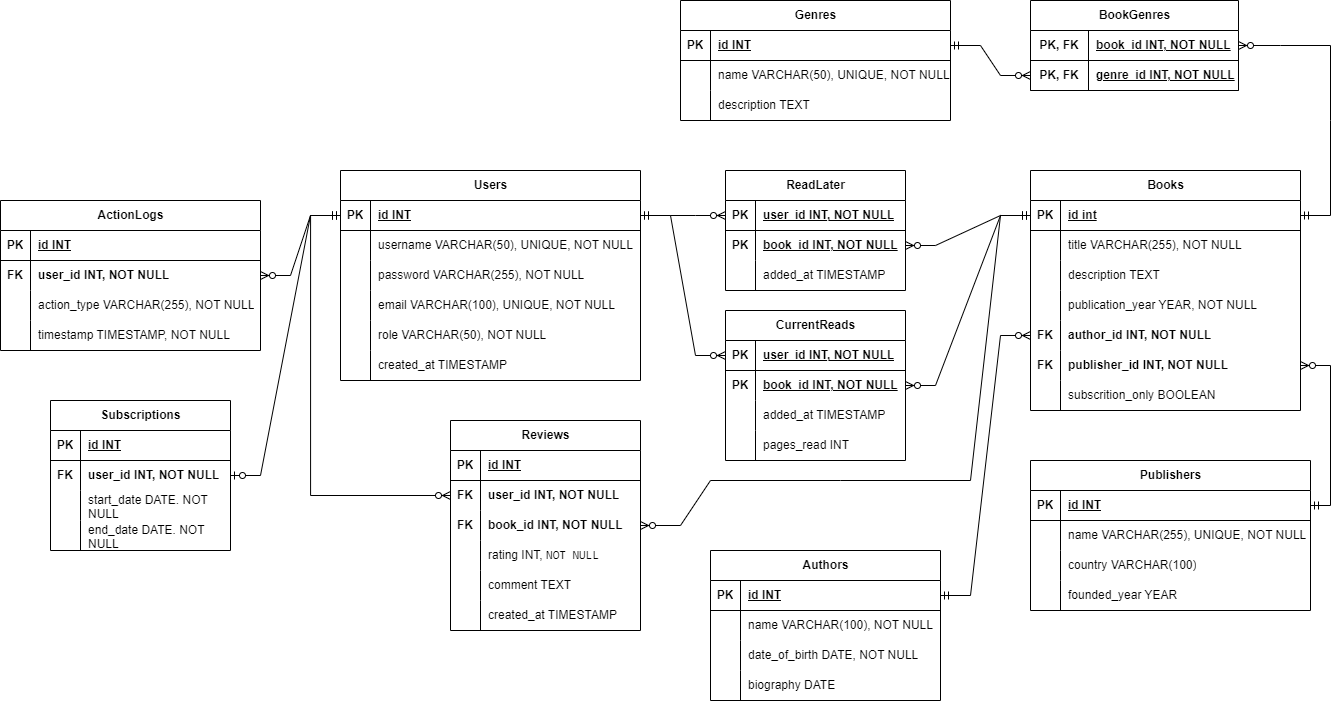
SLEM0/MDiSUBD keeps this draw.io diagram as MDiSUBD.png. Above is the earlier version. Source tidied: cells renumbered, new cells last; positions are measured from the earlier drawing's top-left corner, leaving out a move shared by most shapes.
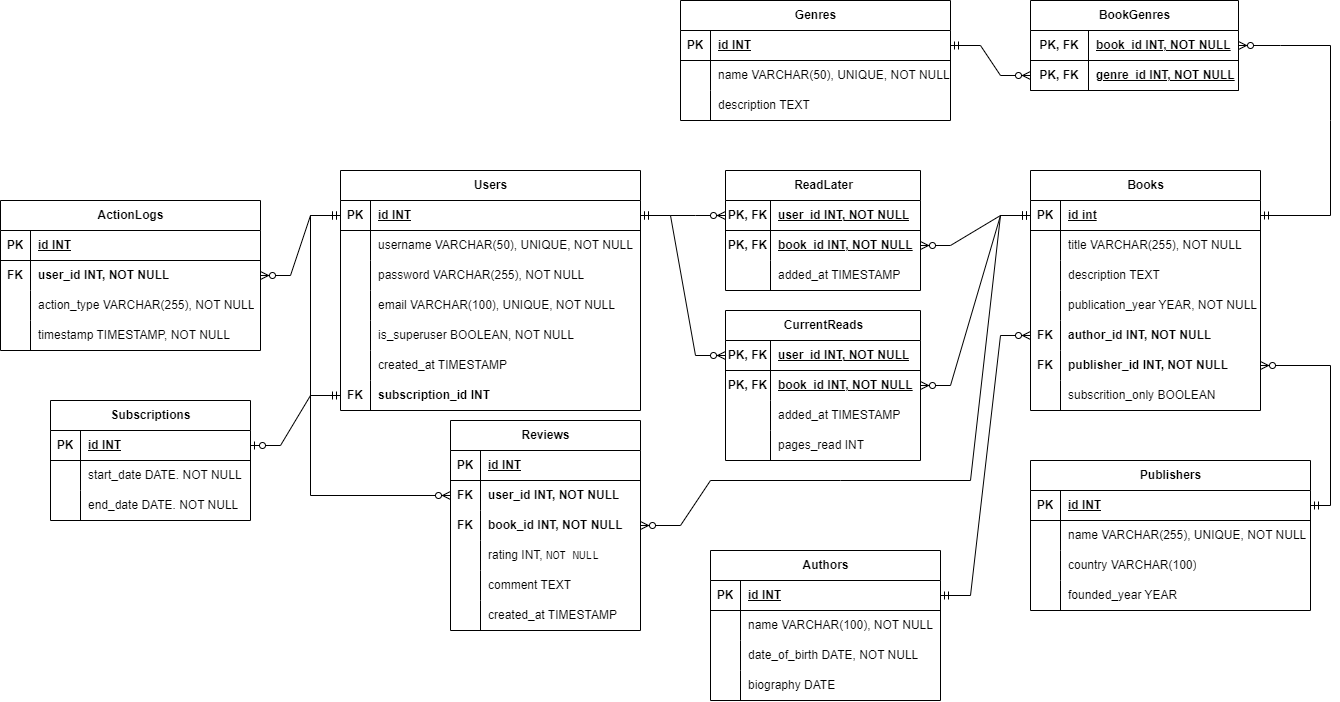
Above is the later version.

Change to the diagram source:
```diff
@@ -5,3 +5,3 @@
     <mxCell id="2" value="Users" style="shape=table;startSize=30;rowLines=0;fontStyle=1;align=center;html=1;" parent="1" vertex="1">
-      <mxGeometry x="340" y="170" width="300" height="210" as="geometry" />
+      <mxGeometry x="340" y="170" width="300" height="240" as="geometry" />
     </mxCell>
@@ -49,3 +49,3 @@
     </mxCell>
-    <mxCell id="17" value="role VARCHAR(50), NOT NULL" style="shape=partialRectangle;fillColor=none;top=0;left=0;bottom=0;right=0;align=left;spacingLeft=6;overflow=hidden;whiteSpace=wrap;html=1;" parent="15" vertex="1">
+    <mxCell id="17" value="is_superuser BOOLEAN, NOT NULL" style="shape=partialRectangle;fillColor=none;top=0;left=0;bottom=0;right=0;align=left;spacingLeft=6;overflow=hidden;whiteSpace=wrap;html=1;" parent="15" vertex="1">
       <mxGeometry x="30" width="270" height="30" as="geometry" />
@@ -61,7 +61,16 @@
     </mxCell>
+    <mxCell id="166" style="shape=tableRow;horizontal=0;startSize=0;swimlaneHead=0;swimlaneBody=0;fillColor=none;points=[[0,0.5],[1,0.5]];portConstraint=eastwest;top=0;left=0;right=0;bottom=0;" parent="2" vertex="1">
+      <mxGeometry y="210" width="300" height="30" as="geometry" />
+    </mxCell>
+    <mxCell id="129" value="&lt;b&gt;FK&lt;/b&gt;" style="shape=partialRectangle;fillColor=none;top=0;left=0;bottom=0;right=0;overflow=hidden;whiteSpace=wrap;html=1;" parent="166" vertex="1">
+      <mxGeometry width="30" height="30" as="geometry" />
+    </mxCell>
+    <mxCell id="167" value="&lt;span style=&quot;font-weight: 700; text-align: center; text-wrap: nowrap;&quot;&gt;subscription&lt;/span&gt;&lt;b&gt;_id INT&lt;/b&gt;" style="shape=partialRectangle;fillColor=none;top=0;left=0;bottom=0;right=0;align=left;spacingLeft=6;overflow=hidden;whiteSpace=wrap;html=1;" parent="166" vertex="1">
+      <mxGeometry x="30" width="270" height="30" as="geometry" />
+    </mxCell>
     <mxCell id="21" value="Books" style="shape=table;startSize=30;rowLines=0;fontStyle=1;align=center;html=1;" parent="1" vertex="1">
-      <mxGeometry x="1030" y="170" width="270" height="240" as="geometry" />
+      <mxGeometry x="1030" y="170" width="230" height="240" as="geometry" />
     </mxCell>
     <mxCell id="22" style="shape=tableRow;horizontal=0;startSize=0;swimlaneHead=0;swimlaneBody=0;fillColor=none;points=[[0,0.5],[1,0.5]];portConstraint=eastwest;top=0;left=0;right=0;bottom=1;" parent="21" vertex="1">
-      <mxGeometry y="30" width="270" height="30" as="geometry" />
+      <mxGeometry y="30" width="230" height="30" as="geometry" />
     </mxCell>
@@ -71,6 +80,6 @@
     <mxCell id="24" value="id int" style="shape=partialRectangle;fillColor=none;top=0;left=0;bottom=0;right=0;align=left;spacingLeft=6;fontStyle=5;overflow=hidden;whiteSpace=wrap;html=1;" parent="22" vertex="1">
-      <mxGeometry x="30" width="240" height="30" as="geometry" />
+      <mxGeometry x="30" width="200" height="30" as="geometry" />
     </mxCell>
     <mxCell id="25" style="shape=tableRow;horizontal=0;startSize=0;swimlaneHead=0;swimlaneBody=0;fillColor=none;top=0;left=0;right=0;bottom=0;" parent="21" vertex="1">
-      <mxGeometry y="60" width="270" height="30" as="geometry" />
+      <mxGeometry y="60" width="230" height="30" as="geometry" />
     </mxCell>
@@ -80,6 +89,6 @@
     <mxCell id="27" value="title VARCHAR(255),&amp;nbsp;NOT NULL" style="shape=partialRectangle;fillColor=none;top=0;left=0;bottom=0;right=0;align=left;spacingLeft=6;overflow=hidden;whiteSpace=wrap;html=1;" parent="25" vertex="1">
-      <mxGeometry x="30" width="240" height="30" as="geometry" />
+      <mxGeometry x="30" width="200" height="30" as="geometry" />
     </mxCell>
     <mxCell id="28" style="shape=tableRow;horizontal=0;startSize=0;swimlaneHead=0;swimlaneBody=0;fillColor=none;top=0;left=0;right=0;bottom=0;" parent="21" vertex="1">
-      <mxGeometry y="90" width="270" height="30" as="geometry" />
+      <mxGeometry y="90" width="230" height="30" as="geometry" />
     </mxCell>
@@ -89,6 +98,6 @@
     <mxCell id="30" value="description TEXT" style="shape=partialRectangle;fillColor=none;top=0;left=0;bottom=0;right=0;align=left;spacingLeft=6;overflow=hidden;whiteSpace=wrap;html=1;" parent="28" vertex="1">
-      <mxGeometry x="30" width="240" height="30" as="geometry" />
+      <mxGeometry x="30" width="200" height="30" as="geometry" />
     </mxCell>
     <mxCell id="31" style="shape=tableRow;horizontal=0;startSize=0;swimlaneHead=0;swimlaneBody=0;fillColor=none;top=0;left=0;right=0;bottom=0;" parent="21" vertex="1">
-      <mxGeometry y="120" width="270" height="30" as="geometry" />
+      <mxGeometry y="120" width="230" height="30" as="geometry" />
     </mxCell>
@@ -98,6 +107,6 @@
     <mxCell id="33" value="publication_year YEAR,&amp;nbsp;NOT NULL" style="shape=partialRectangle;fillColor=none;top=0;left=0;bottom=0;right=0;align=left;spacingLeft=6;overflow=hidden;whiteSpace=wrap;html=1;" parent="31" vertex="1">
-      <mxGeometry x="30" width="240" height="30" as="geometry" />
+      <mxGeometry x="30" width="200" height="30" as="geometry" />
     </mxCell>
     <mxCell id="34" style="shape=tableRow;horizontal=0;startSize=0;swimlaneHead=0;swimlaneBody=0;fillColor=none;points=[[0,0.5],[1,0.5]];portConstraint=eastwest;top=0;left=0;right=0;bottom=0;" parent="21" vertex="1">
-      <mxGeometry y="150" width="270" height="30" as="geometry" />
+      <mxGeometry y="150" width="230" height="30" as="geometry" />
     </mxCell>
@@ -107,6 +116,6 @@
     <mxCell id="36" value="&lt;b&gt;author_id INT,&amp;nbsp;NOT NULL&lt;/b&gt;" style="shape=partialRectangle;fillColor=none;top=0;left=0;bottom=0;right=0;align=left;spacingLeft=6;overflow=hidden;whiteSpace=wrap;html=1;" parent="34" vertex="1">
-      <mxGeometry x="30" width="240" height="30" as="geometry" />
+      <mxGeometry x="30" width="200" height="30" as="geometry" />
     </mxCell>
     <mxCell id="37" style="shape=tableRow;horizontal=0;startSize=0;swimlaneHead=0;swimlaneBody=0;fillColor=none;points=[[0,0.5],[1,0.5]];portConstraint=eastwest;top=0;left=0;right=0;bottom=0;" parent="21" vertex="1">
-      <mxGeometry y="180" width="270" height="30" as="geometry" />
+      <mxGeometry y="180" width="230" height="30" as="geometry" />
     </mxCell>
@@ -116,6 +125,6 @@
     <mxCell id="39" value="&lt;b&gt;publisher_id INT,&amp;nbsp;NOT NULL&lt;/b&gt;" style="shape=partialRectangle;fillColor=none;top=0;left=0;bottom=0;right=0;align=left;spacingLeft=6;overflow=hidden;whiteSpace=wrap;html=1;" parent="37" vertex="1">
-      <mxGeometry x="30" width="240" height="30" as="geometry" />
+      <mxGeometry x="30" width="200" height="30" as="geometry" />
     </mxCell>
     <mxCell id="40" style="shape=tableRow;horizontal=0;startSize=0;swimlaneHead=0;swimlaneBody=0;fillColor=none;top=0;left=0;right=0;bottom=0;" parent="21" vertex="1">
-      <mxGeometry y="210" width="270" height="30" as="geometry" />
+      <mxGeometry y="210" width="230" height="30" as="geometry" />
     </mxCell>
@@ -125,3 +134,3 @@
     <mxCell id="42" value="subscrition_only BOOLEAN" style="shape=partialRectangle;fillColor=none;top=0;left=0;bottom=0;right=0;align=left;spacingLeft=6;overflow=hidden;whiteSpace=wrap;html=1;" parent="40" vertex="1">
-      <mxGeometry x="30" width="240" height="30" as="geometry" />
+      <mxGeometry x="30" width="200" height="30" as="geometry" />
     </mxCell>
@@ -391,6 +400,6 @@
     <mxCell id="124" value="Subscriptions" style="shape=table;startSize=30;rowLines=0;fontStyle=1;align=center;html=1;" parent="1" vertex="1">
-      <mxGeometry x="50" y="400" width="180" height="150" as="geometry" />
+      <mxGeometry x="50" y="400" width="200" height="120" as="geometry" />
     </mxCell>
     <mxCell id="125" style="shape=tableRow;horizontal=0;startSize=0;swimlaneHead=0;swimlaneBody=0;fillColor=none;points=[[0,0.5],[1,0.5]];portConstraint=eastwest;top=0;left=0;right=0;bottom=1;" parent="124" vertex="1">
-      <mxGeometry y="30" width="180" height="30" as="geometry" />
+      <mxGeometry y="30" width="200" height="30" as="geometry" />
     </mxCell>
@@ -400,15 +409,6 @@
     <mxCell id="127" value="id INT" style="shape=partialRectangle;fillColor=none;top=0;left=0;bottom=0;right=0;align=left;spacingLeft=6;fontStyle=5;overflow=hidden;whiteSpace=wrap;html=1;" parent="125" vertex="1">
-      <mxGeometry x="30" width="150" height="30" as="geometry" />
+      <mxGeometry x="30" width="170" height="30" as="geometry" />
     </mxCell>
-    <mxCell id="128" style="shape=tableRow;horizontal=0;startSize=0;swimlaneHead=0;swimlaneBody=0;fillColor=none;points=[[0,0.5],[1,0.5]];portConstraint=eastwest;top=0;left=0;right=0;bottom=0;" parent="124" vertex="1">
-      <mxGeometry y="60" width="180" height="30" as="geometry" />
-    </mxCell>
-    <mxCell id="129" value="&lt;b&gt;FK&lt;/b&gt;" style="shape=partialRectangle;fillColor=none;top=0;left=0;bottom=0;right=0;overflow=hidden;whiteSpace=wrap;html=1;" parent="128" vertex="1">
-      <mxGeometry width="30" height="30" as="geometry" />
-    </mxCell>
-    <mxCell id="130" value="&lt;b&gt;user_id INT, NOT NULL&lt;/b&gt;" style="shape=partialRectangle;fillColor=none;top=0;left=0;bottom=0;right=0;align=left;spacingLeft=6;overflow=hidden;whiteSpace=wrap;html=1;" parent="128" vertex="1">
-      <mxGeometry x="30" width="150" height="30" as="geometry" />
-    </mxCell>
     <mxCell id="131" style="shape=tableRow;horizontal=0;startSize=0;swimlaneHead=0;swimlaneBody=0;fillColor=none;top=0;left=0;right=0;bottom=0;" parent="124" vertex="1">
-      <mxGeometry y="90" width="180" height="30" as="geometry" />
+      <mxGeometry y="60" width="200" height="30" as="geometry" />
     </mxCell>
@@ -418,6 +418,6 @@
     <mxCell id="133" value="start_date DATE. NOT NULL" style="shape=partialRectangle;fillColor=none;top=0;left=0;bottom=0;right=0;align=left;spacingLeft=6;overflow=hidden;whiteSpace=wrap;html=1;" parent="131" vertex="1">
-      <mxGeometry x="30" width="150" height="30" as="geometry" />
+      <mxGeometry x="30" width="170" height="30" as="geometry" />
     </mxCell>
     <mxCell id="134" style="shape=tableRow;horizontal=0;startSize=0;swimlaneHead=0;swimlaneBody=0;fillColor=none;top=0;left=0;right=0;bottom=0;" parent="124" vertex="1">
-      <mxGeometry y="120" width="180" height="30" as="geometry" />
+      <mxGeometry y="90" width="200" height="30" as="geometry" />
     </mxCell>
@@ -427,72 +427,72 @@
     <mxCell id="136" value="end_date DATE. NOT NULL" style="shape=partialRectangle;fillColor=none;top=0;left=0;bottom=0;right=0;align=left;spacingLeft=6;overflow=hidden;whiteSpace=wrap;html=1;" parent="134" vertex="1">
-      <mxGeometry x="30" width="150" height="30" as="geometry" />
+      <mxGeometry x="30" width="170" height="30" as="geometry" />
     </mxCell>
     <mxCell id="137" value="ReadLater" style="shape=table;startSize=30;rowLines=0;fontStyle=1;align=center;html=1;" parent="1" vertex="1">
-      <mxGeometry x="725" y="170" width="180" height="120" as="geometry" />
+      <mxGeometry x="725" y="170" width="195" height="120" as="geometry" />
     </mxCell>
     <mxCell id="138" style="shape=tableRow;horizontal=0;startSize=0;swimlaneHead=0;swimlaneBody=0;fillColor=none;points=[[0,0.5],[1,0.5]];portConstraint=eastwest;top=0;left=0;right=0;bottom=1;" parent="137" vertex="1">
-      <mxGeometry y="30" width="180" height="30" as="geometry" />
+      <mxGeometry y="30" width="195" height="30" as="geometry" />
     </mxCell>
-    <mxCell id="139" value="PK" style="shape=partialRectangle;fillColor=none;top=0;left=0;bottom=0;right=0;fontStyle=1;overflow=hidden;whiteSpace=wrap;html=1;" parent="138" vertex="1">
-      <mxGeometry width="30" height="30" as="geometry" />
+    <mxCell id="139" value="PK, FK" style="shape=partialRectangle;fillColor=none;top=0;left=0;bottom=0;right=0;fontStyle=1;overflow=hidden;whiteSpace=wrap;html=1;" parent="138" vertex="1">
+      <mxGeometry width="45" height="30" as="geometry" />
     </mxCell>
     <mxCell id="140" value="user_id INT, NOT NULL" style="shape=partialRectangle;fillColor=none;top=0;left=0;bottom=0;right=0;align=left;spacingLeft=6;fontStyle=5;overflow=hidden;whiteSpace=wrap;html=1;" parent="138" vertex="1">
-      <mxGeometry x="30" width="150" height="30" as="geometry" />
+      <mxGeometry x="45" width="150" height="30" as="geometry" />
     </mxCell>
     <mxCell id="141" style="shape=tableRow;horizontal=0;startSize=0;swimlaneHead=0;swimlaneBody=0;fillColor=none;points=[[0,0.5],[1,0.5]];portConstraint=eastwest;top=0;left=0;right=0;bottom=0;" parent="137" vertex="1">
-      <mxGeometry y="60" width="180" height="30" as="geometry" />
+      <mxGeometry y="60" width="195" height="30" as="geometry" />
     </mxCell>
-    <mxCell id="142" value="&lt;b&gt;PK&lt;/b&gt;" style="shape=partialRectangle;fillColor=none;top=0;left=0;bottom=0;right=0;overflow=hidden;whiteSpace=wrap;html=1;" parent="141" vertex="1">
-      <mxGeometry width="30" height="30" as="geometry" />
+    <mxCell id="142" value="&lt;b&gt;PK, FK&lt;/b&gt;" style="shape=partialRectangle;fillColor=none;top=0;left=0;bottom=0;right=0;overflow=hidden;whiteSpace=wrap;html=1;" parent="141" vertex="1">
+      <mxGeometry width="45" height="30" as="geometry" />
     </mxCell>
     <mxCell id="143" value="&lt;b&gt;&lt;u&gt;book_id INT, NOT NULL&lt;/u&gt;&lt;/b&gt;" style="shape=partialRectangle;fillColor=none;top=0;left=0;bottom=0;right=0;align=left;spacingLeft=6;overflow=hidden;whiteSpace=wrap;html=1;" parent="141" vertex="1">
-      <mxGeometry x="30" width="150" height="30" as="geometry" />
+      <mxGeometry x="45" width="150" height="30" as="geometry" />
     </mxCell>
     <mxCell id="144" style="shape=tableRow;horizontal=0;startSize=0;swimlaneHead=0;swimlaneBody=0;fillColor=none;top=0;left=0;right=0;bottom=0;" parent="137" vertex="1">
-      <mxGeometry y="90" width="180" height="30" as="geometry" />
+      <mxGeometry y="90" width="195" height="30" as="geometry" />
     </mxCell>
     <mxCell id="145" style="shape=partialRectangle;fillColor=none;top=0;left=0;bottom=0;right=0;overflow=hidden;whiteSpace=wrap;html=1;" parent="144" vertex="1">
-      <mxGeometry width="30" height="30" as="geometry" />
+      <mxGeometry width="45" height="30" as="geometry" />
     </mxCell>
     <mxCell id="146" value="added_at TIMESTAMP" style="shape=partialRectangle;fillColor=none;top=0;left=0;bottom=0;right=0;align=left;spacingLeft=6;overflow=hidden;whiteSpace=wrap;html=1;" parent="144" vertex="1">
-      <mxGeometry x="30" width="150" height="30" as="geometry" />
+      <mxGeometry x="45" width="150" height="30" as="geometry" />
     </mxCell>
     <mxCell id="147" value="CurrentReads" style="shape=table;startSize=30;rowLines=0;fontStyle=1;align=center;html=1;" parent="1" vertex="1">
-      <mxGeometry x="725" y="310" width="180" height="150" as="geometry" />
+      <mxGeometry x="725" y="310" width="195" height="150" as="geometry" />
     </mxCell>
     <mxCell id="148" style="shape=tableRow;horizontal=0;startSize=0;swimlaneHead=0;swimlaneBody=0;fillColor=none;points=[[0,0.5],[1,0.5]];portConstraint=eastwest;top=0;left=0;right=0;bottom=1;" parent="147" vertex="1">
-      <mxGeometry y="30" width="180" height="30" as="geometry" />
+      <mxGeometry y="30" width="195" height="30" as="geometry" />
     </mxCell>
-    <mxCell id="149" value="PK" style="shape=partialRectangle;fillColor=none;top=0;left=0;bottom=0;right=0;fontStyle=1;overflow=hidden;whiteSpace=wrap;html=1;" parent="148" vertex="1">
-      <mxGeometry width="30" height="30" as="geometry" />
+    <mxCell id="149" value="PK, FK" style="shape=partialRectangle;fillColor=none;top=0;left=0;bottom=0;right=0;fontStyle=1;overflow=hidden;whiteSpace=wrap;html=1;" parent="148" vertex="1">
+      <mxGeometry width="45" height="30" as="geometry" />
     </mxCell>
     <mxCell id="150" value="user_id INT, NOT NULL" style="shape=partialRectangle;fillColor=none;top=0;left=0;bottom=0;right=0;align=left;spacingLeft=6;fontStyle=5;overflow=hidden;whiteSpace=wrap;html=1;" parent="148" vertex="1">
-      <mxGeometry x="30" width="150" height="30" as="geometry" />
+      <mxGeometry x="45" width="150" height="30" as="geometry" />
     </mxCell>
     <mxCell id="151" style="shape=tableRow;horizontal=0;startSize=0;swimlaneHead=0;swimlaneBody=0;fillColor=none;points=[[0,0.5],[1,0.5]];portConstraint=eastwest;top=0;left=0;right=0;bottom=0;" parent="147" vertex="1">
-      <mxGeometry y="60" width="180" height="30" as="geometry" />
+      <mxGeometry y="60" width="195" height="30" as="geometry" />
     </mxCell>
-    <mxCell id="152" value="&lt;b&gt;PK&lt;/b&gt;" style="shape=partialRectangle;fillColor=none;top=0;left=0;bottom=0;right=0;overflow=hidden;whiteSpace=wrap;html=1;" parent="151" vertex="1">
-      <mxGeometry width="30" height="30" as="geometry" />
+    <mxCell id="152" value="&lt;b&gt;PK, FK&lt;/b&gt;" style="shape=partialRectangle;fillColor=none;top=0;left=0;bottom=0;right=0;overflow=hidden;whiteSpace=wrap;html=1;" parent="151" vertex="1">
+      <mxGeometry width="45" height="30" as="geometry" />
     </mxCell>
     <mxCell id="153" value="&lt;b&gt;&lt;u&gt;book_id INT, NOT NULL&lt;/u&gt;&lt;/b&gt;" style="shape=partialRectangle;fillColor=none;top=0;left=0;bottom=0;right=0;align=left;spacingLeft=6;overflow=hidden;whiteSpace=wrap;html=1;" parent="151" vertex="1">
-      <mxGeometry x="30" width="150" height="30" as="geometry" />
+      <mxGeometry x="45" width="150" height="30" as="geometry" />
     </mxCell>
     <mxCell id="154" style="shape=tableRow;horizontal=0;startSize=0;swimlaneHead=0;swimlaneBody=0;fillColor=none;top=0;left=0;right=0;bottom=0;" parent="147" vertex="1">
-      <mxGeometry y="90" width="180" height="30" as="geometry" />
+      <mxGeometry y="90" width="195" height="30" as="geometry" />
     </mxCell>
     <mxCell id="155" style="shape=partialRectangle;fillColor=none;top=0;left=0;bottom=0;right=0;overflow=hidden;whiteSpace=wrap;html=1;" parent="154" vertex="1">
-      <mxGeometry width="30" height="30" as="geometry" />
+      <mxGeometry width="45" height="30" as="geometry" />
     </mxCell>
     <mxCell id="156" value="added_at TIMESTAMP" style="shape=partialRectangle;fillColor=none;top=0;left=0;bottom=0;right=0;align=left;spacingLeft=6;overflow=hidden;whiteSpace=wrap;html=1;" parent="154" vertex="1">
-      <mxGeometry x="30" width="150" height="30" as="geometry" />
+      <mxGeometry x="45" width="150" height="30" as="geometry" />
     </mxCell>
     <mxCell id="157" style="shape=tableRow;horizontal=0;startSize=0;swimlaneHead=0;swimlaneBody=0;fillColor=none;top=0;left=0;right=0;bottom=0;" parent="147" vertex="1">
-      <mxGeometry y="120" width="180" height="30" as="geometry" />
+      <mxGeometry y="120" width="195" height="30" as="geometry" />
     </mxCell>
     <mxCell id="158" style="shape=partialRectangle;fillColor=none;top=0;left=0;bottom=0;right=0;overflow=hidden;whiteSpace=wrap;html=1;" parent="157" vertex="1">
-      <mxGeometry width="30" height="30" as="geometry" />
+      <mxGeometry width="45" height="30" as="geometry" />
     </mxCell>
     <mxCell id="159" value="pages_read INT" style="shape=partialRectangle;fillColor=none;top=0;left=0;bottom=0;right=0;align=left;spacingLeft=6;overflow=hidden;whiteSpace=wrap;html=1;" parent="157" vertex="1">
-      <mxGeometry x="30" width="150" height="30" as="geometry" />
+      <mxGeometry x="45" width="150" height="30" as="geometry" />
     </mxCell>
@@ -510,5 +510,2 @@
     </mxCell>
-    <mxCell id="164" style="edgeStyle=entityRelationEdgeStyle;fontSize=12;html=1;endArrow=ERzeroToOne;startArrow=ERmandOne;rounded=0;entryX=1;entryY=0.5;entryDx=0;entryDy=0;exitX=0;exitY=0.5;exitDx=0;exitDy=0;" parent="1" edge="1" source="3" target="128">
-      <mxGeometry relative="1" as="geometry" />
-    </mxCell>
     <mxCell id="165" style="edgeStyle=orthogonalEdgeStyle;fontSize=12;html=1;endArrow=ERzeroToMany;startArrow=ERmandOne;rounded=0;entryX=0;entryY=0.5;entryDx=0;entryDy=0;exitX=0;exitY=0.5;exitDx=0;exitDy=0;" parent="1" edge="1" source="3" target="83">
@@ -521,2 +518,5 @@
     </mxCell>
+    <mxCell id="168" style="edgeStyle=entityRelationEdgeStyle;fontSize=12;html=1;endArrow=ERzeroToOne;startArrow=ERmandOne;rounded=0;exitX=0;exitY=0.5;exitDx=0;exitDy=0;entryX=1;entryY=0.5;entryDx=0;entryDy=0;" parent="1" edge="1" source="166" target="125">
+      <mxGeometry relative="1" as="geometry" />
+    </mxCell>
   </root>
```
